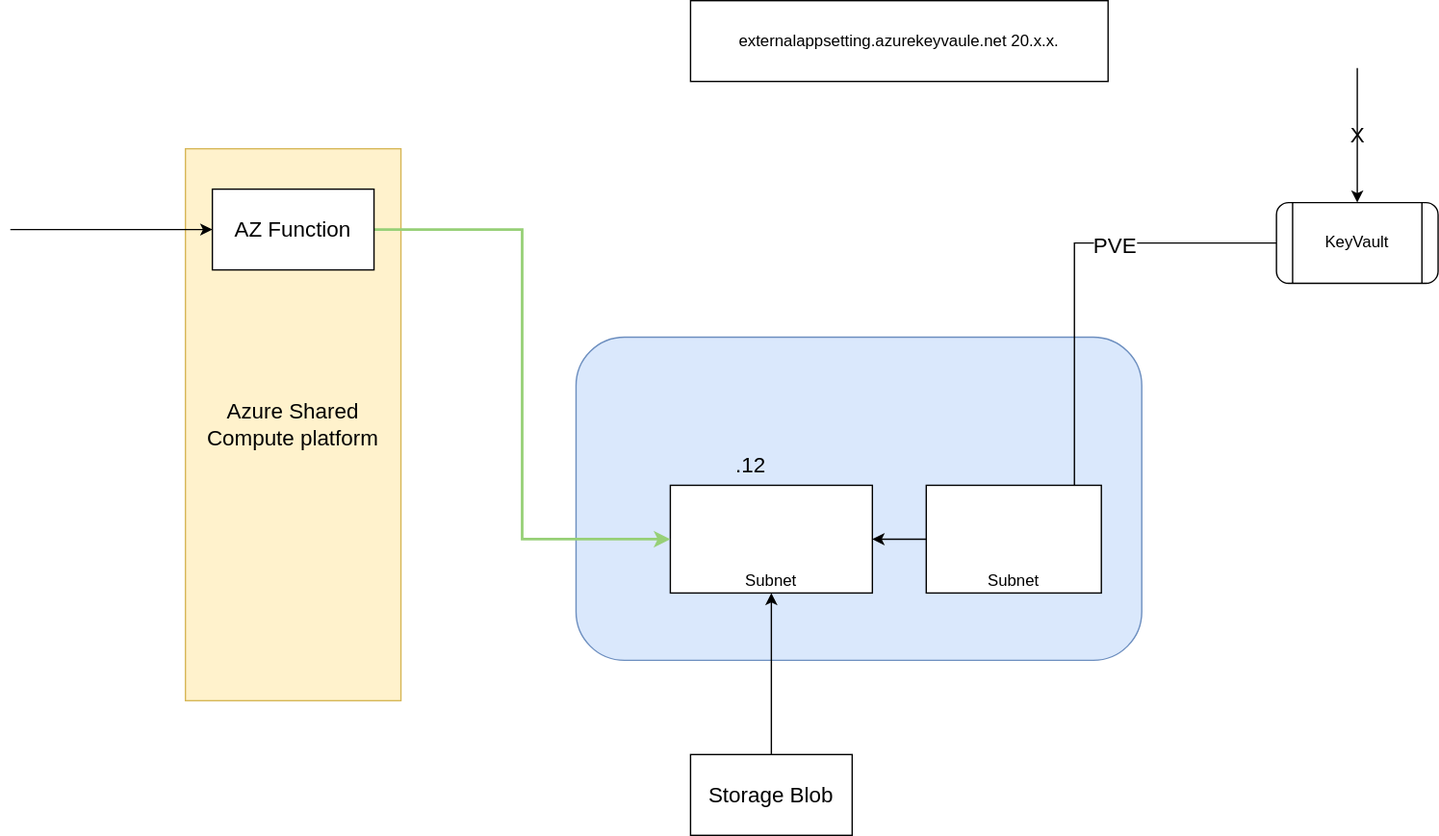
Above: AzureFunctionKeyVaultIntegration.svg in vjavle/invoicecloud (draw.io), before the change. Source tidied: cells renumbered, new cells last; positions are measured from the earlier drawing's top-left corner, leaving out a move shared by most shapes.
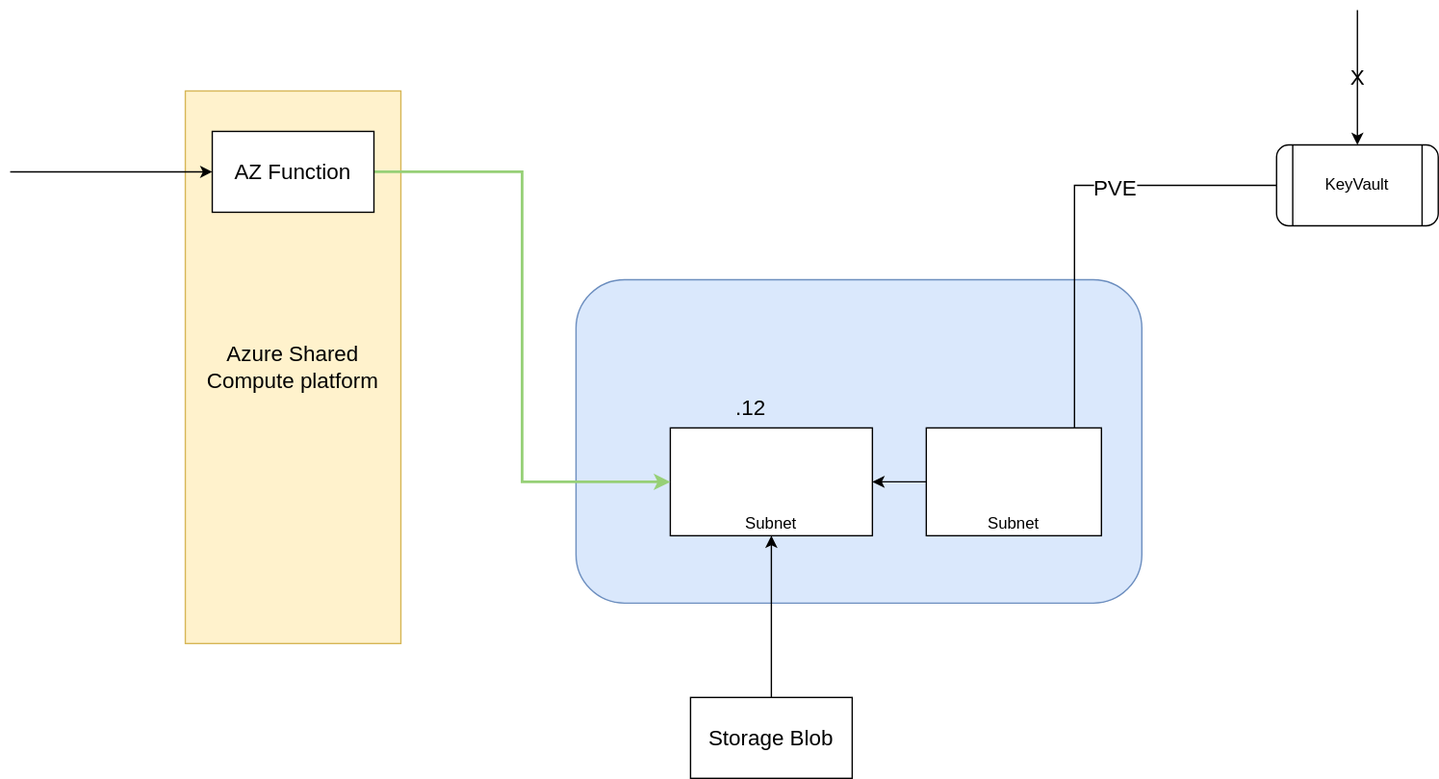
After the change.

Change to the diagram source:
```diff
@@ -51,8 +51,5 @@
     <mxCell id="16" value="Subnet" style="rounded=0;whiteSpace=wrap;html=1;verticalAlign=bottom;" parent="1" vertex="1">
       <mxGeometry x="680" y="360" width="130" height="80" as="geometry" />
     </mxCell>
-    <mxCell id="17" value="externalappsetting.azurekeyvaule.net 20.x.x." style="rounded=0;whiteSpace=wrap;html=1;" parent="1" vertex="1">
-      <mxGeometry x="505" width="310" height="60" as="geometry" />
-    </mxCell>
   </root>
 </mxGraphModel>
```
